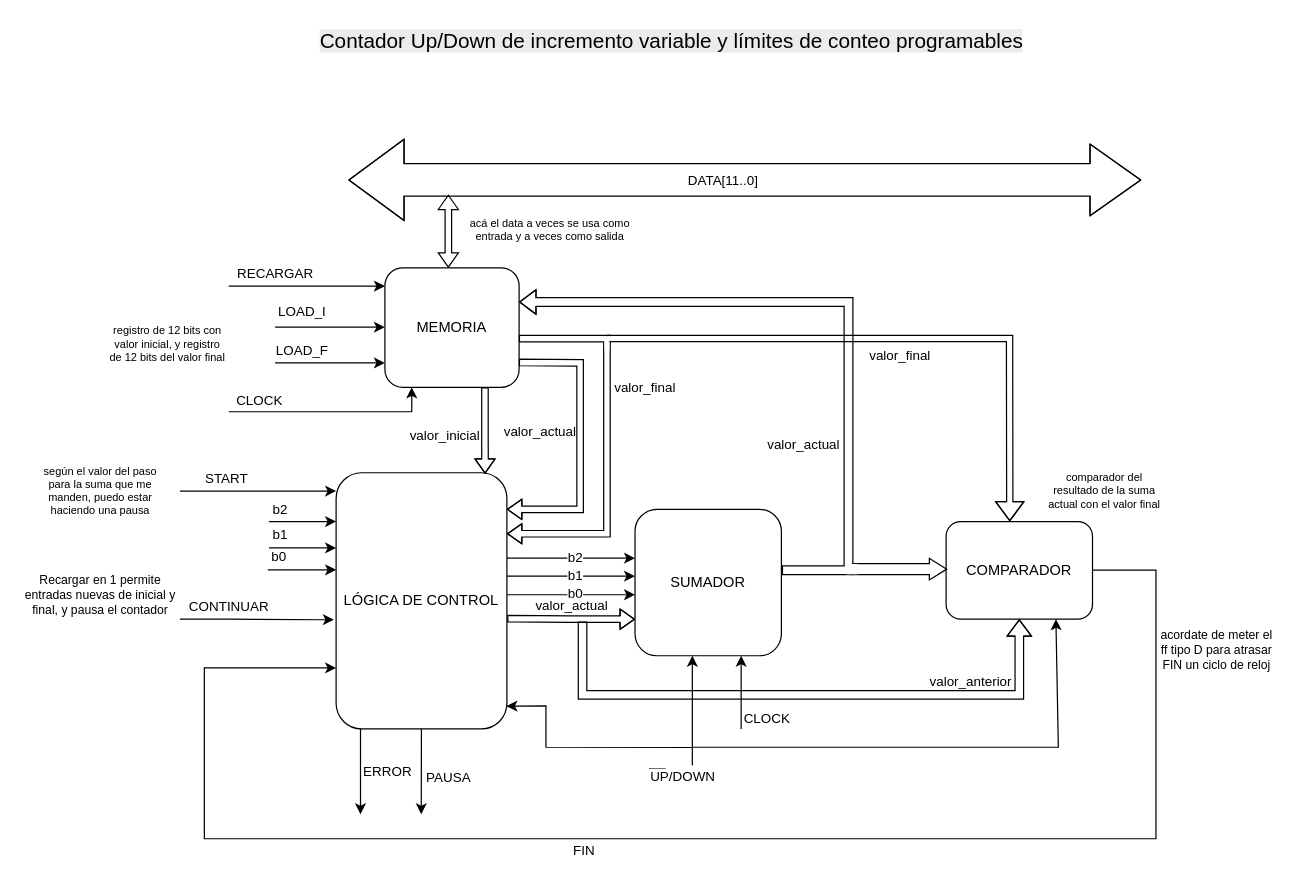
albertinap/IDL keeps this draw.io diagram as page "Contador Up/Down" (2 of 4) of Integrador/Integrador.drawio. Above is the earlier version. Source tidied: cells renumbered, new cells numbered last; positions are measured from the earlier drawing's top-left corner, leaving out a move shared by most shapes. Both pictures are drawn from the tidied source at 122%, with x=0, y=0 at pixel (21, 21).
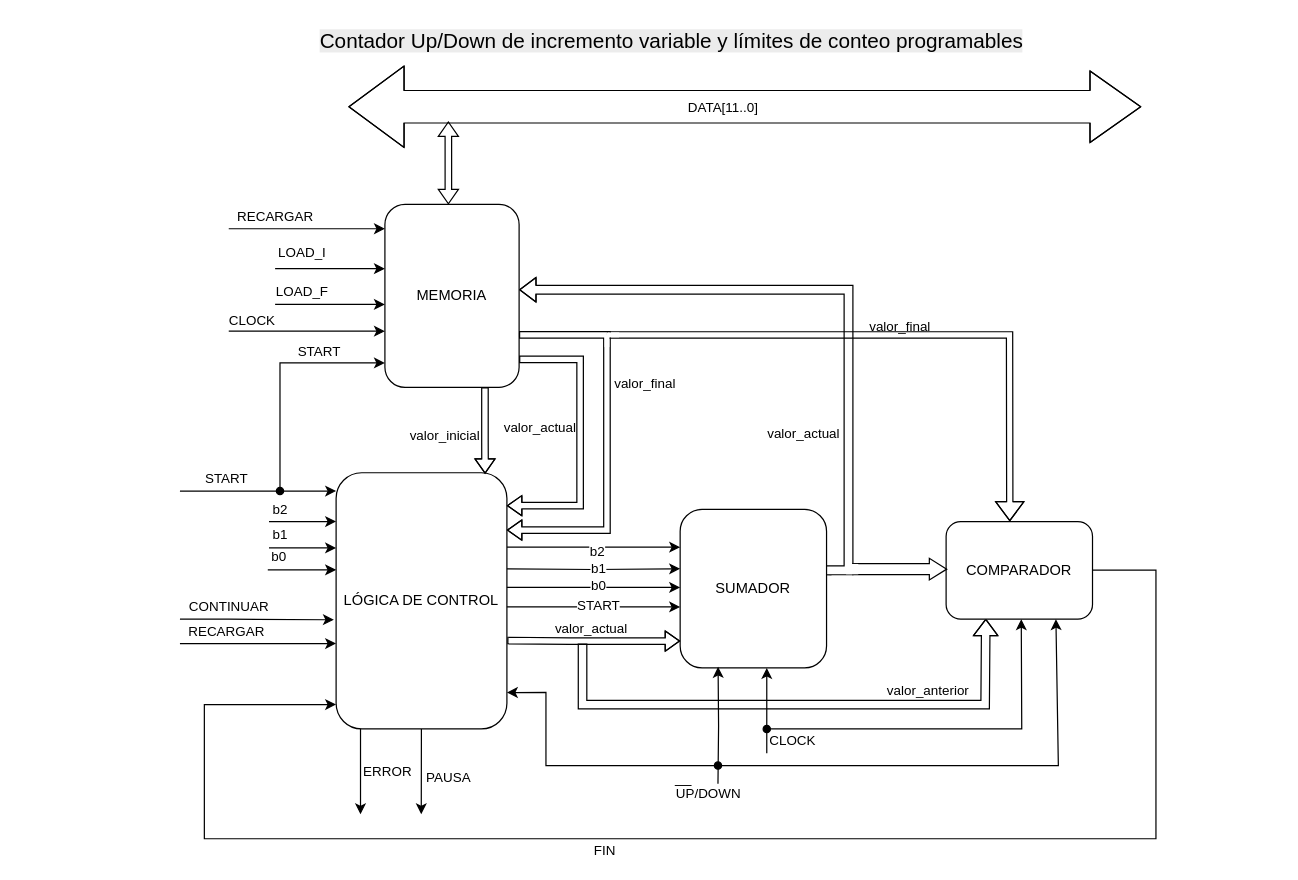
The same page after the edit.

The change refers to these unchanged cells:
```xml
<mxCell id="24" value="LÓGICA DE CONTROL" style="rounded=1;whiteSpace=wrap;html=1;" parent="1" vertex="1">
  <mxGeometry x="258" y="370" width="140" height="210" as="geometry" />
</mxCell>
<mxCell id="27" value="COMPARADOR" style="rounded=1;whiteSpace=wrap;html=1;" parent="1" vertex="1">
  <mxGeometry x="758" y="410" width="120" height="80" as="geometry" />
</mxCell>
```

The edit, as a diff of the source:
```diff
@@
-    <mxCell id="2" value="valor_final" style="edgeStyle=orthogonalEdgeStyle;rounded=0;jettySize=auto;html=1;shape=flexArrow;width=7.2;endSize=4.112;endWidth=11.92;exitX=1.003;exitY=0.416;exitDx=0;exitDy=0;exitPerimeter=0;" parent="1" edge="1" source="8">
+    <mxCell id="2" value="valor_final" style="edgeStyle=orthogonalEdgeStyle;rounded=0;jettySize=auto;html=1;shape=flexArrow;width=7.2;endSize=4.112;endWidth=11.92;exitX=1.003;exitY=0.416;exitDx=0;exitDy=0;exitPerimeter=0;" parent="1" edge="1" source="8" target="36">
       <mxGeometry x="-0.15" y="-42" relative="1" as="geometry">
-        <mxPoint x="408" y="230" as="targetPoint" />
         <Array as="points">
           <mxPoint x="678" y="450" />
-          <mxPoint x="678" y="230" />
+          <mxPoint x="678" y="220" />
         </Array>
       </mxGeometry>
     </mxCell>
     <mxCell id="3" value="valor_actual" style="edgeLabel;html=1;align=center;verticalAlign=middle;" parent="2" vertex="1">
       <mxGeometry x="-0.64" y="-2" relative="1" as="geometry">
-        <mxPoint x="-40" y="-60" as="offset" />
+        <mxPoint x="-40" y="-40" as="offset" />
       </mxGeometry>
     </mxCell>
-    <mxCell id="4" style="endArrow=classic;html=1;rounded=0;shape=flexArrow;width=7;endSize=4.11;endWidth=12;" parent="1" edge="1" target="27">
+    <mxCell id="4" style="endArrow=classic;html=1;rounded=0;shape=flexArrow;width=7;endSize=4.11;endWidth=12;entryX=0.271;entryY=0.996;entryDx=0;entryDy=0;entryPerimeter=0;" parent="1" edge="1" target="27">
       <mxGeometry relative="1" as="geometry">
-        <mxPoint x="460" y="492" as="sourcePoint" />
+        <mxPoint x="460" y="510" as="sourcePoint" />
         <Array as="points">
-          <mxPoint x="460" y="552" />
-          <mxPoint x="818" y="552" />
+          <mxPoint x="460" y="560" />
+          <mxPoint x="790" y="560" />
         </Array>
       </mxGeometry>
     </mxCell>
     <mxCell id="5" value="valor_anterior" style="edgeLabel;html=1;align=center;verticalAlign=middle;" parent="4" vertex="1">
       <mxGeometry x="0.57" y="4" relative="1" as="geometry">
-        <mxPoint y="-8" as="offset" />
+        <mxPoint x="-22" y="-8" as="offset" />
       </mxGeometry>
     </mxCell>
-    <mxCell id="6" value="__" style="text;html=1;align=center;verticalAlign=middle;whiteSpace=wrap;rounded=0;" parent="1" vertex="1">
-      <mxGeometry x="492" y="592" width="60" height="30" as="geometry" />
-    </mxCell>
@@
     <mxCell id="8" value="SUMADOR" style="rounded=1;whiteSpace=wrap;html=1;" parent="1" vertex="1">
-      <mxGeometry x="503" y="400" width="120" height="120" as="geometry" />
+      <mxGeometry x="540" y="400" width="120" height="130" as="geometry" />
     </mxCell>
     <mxCell id="9" style="edgeStyle=orthogonalEdgeStyle;rounded=0;orthogonalLoop=1;jettySize=auto;html=1;" parent="1" edge="1">
       <mxGeometry relative="1" as="geometry">
-        <mxPoint x="208" y="250.7" as="sourcePoint" />
-        <mxPoint x="298" y="250.7" as="targetPoint" />
+        <mxPoint x="208" y="202.7" as="sourcePoint" />
+        <mxPoint x="298" y="202.7" as="targetPoint" />
       </mxGeometry>
     </mxCell>
@@
     <mxCell id="11" style="edgeStyle=orthogonalEdgeStyle;rounded=0;orthogonalLoop=1;jettySize=auto;html=1;" parent="1" edge="1">
       <mxGeometry relative="1" as="geometry">
-        <mxPoint x="208" y="280" as="sourcePoint" />
-        <mxPoint x="298" y="280" as="targetPoint" />
-        <Array as="points">
-          <mxPoint x="258" y="280" />
-          <mxPoint x="258" y="280" />
-        </Array>
+        <mxPoint x="208" y="232" as="sourcePoint" />
+        <mxPoint x="298" y="232" as="targetPoint" />
       </mxGeometry>
     </mxCell>
@@
-    <mxCell id="17" style="edgeStyle=orthogonalEdgeStyle;rounded=0;jettySize=auto;html=1;" parent="1" edge="1" target="8">
+    <mxCell id="17" style="edgeStyle=orthogonalEdgeStyle;rounded=0;orthogonalLoop=1;jettySize=auto;html=1;entryX=0.084;entryY=0.993;entryDx=0;entryDy=0;entryPerimeter=0;" parent="1" edge="1">
       <mxGeometry relative="1" as="geometry">
-        <mxPoint x="550" y="610" as="sourcePoint" />
-        <Array as="points">
-          <mxPoint x="550" y="610" />
-        </Array>
+        <mxPoint x="571" y="625" as="sourcePoint" />
+        <mxPoint x="571.1" y="529.1" as="targetPoint" />
       </mxGeometry>
     </mxCell>
@@
     <mxCell id="19" style="shape=flexArrow;endArrow=classic;startArrow=classic;html=1;rounded=0;width=26.666666666666668;endSize=13.521212121212121;endWidth=31.11111111111111;startSize=14.733333333333333;startWidth=38.98989898989899;" parent="1" edge="1">
       <mxGeometry relative="1" as="geometry">
-        <mxPoint x="268" y="130" as="sourcePoint" />
-        <mxPoint x="918" y="130" as="targetPoint" />
+        <mxPoint x="268" y="70" as="sourcePoint" />
+        <mxPoint x="918" y="70" as="targetPoint" />
         <Array as="points">
-          <mxPoint x="518" y="130" />
-          <mxPoint x="708" y="130" />
+          <mxPoint x="518" y="70" />
+          <mxPoint x="708" y="70" />
         </Array>
       </mxGeometry>
     </mxCell>
@@
     <mxCell id="21" style="edgeStyle=orthogonalEdgeStyle;rounded=0;orthogonalLoop=1;jettySize=auto;html=1;exitX=1;exitY=0.5;exitDx=0;exitDy=0;" parent="1" edge="1">
       <mxGeometry relative="1" as="geometry">
-        <mxPoint x="398" y="440" as="sourcePoint" />
-        <mxPoint x="503" y="440" as="targetPoint" />
-        <Array as="points">
-          <mxPoint x="480" y="440" />
-          <mxPoint x="480" y="440" />
-        </Array>
+        <mxPoint x="398" y="431" as="sourcePoint" />
+        <mxPoint x="540" y="431" as="targetPoint" />
       </mxGeometry>
     </mxCell>
     <mxCell id="22" value="b2" style="edgeLabel;html=1;align=center;verticalAlign=middle;" parent="21" vertex="1">
       <mxGeometry x="0.04" relative="1" as="geometry">
-        <mxPoint y="-1" as="offset" />
+        <mxPoint x="-1" y="3" as="offset" />
       </mxGeometry>
     </mxCell>
@@
     <mxCell id="25" value="FIN" style="edgeStyle=orthogonalEdgeStyle;rounded=0;jettySize=auto;html=1;" parent="1" edge="1" target="24">
       <mxGeometry x="0.14" y="10" relative="1" as="geometry">
         <mxPoint x="878" y="449.8" as="sourcePoint" />
         <Array as="points">
           <mxPoint x="930" y="450" />
           <mxPoint x="930" y="670" />
           <mxPoint x="150" y="670" />
-          <mxPoint x="150" y="530" />
+          <mxPoint x="150" y="560" />
         </Array>
       </mxGeometry>
     </mxCell>
@@
-    <mxCell id="28" value="comparador del resultado de la suma actual con el valor final" style="text;html=1;align=center;verticalAlign=middle;whiteSpace=wrap;rounded=0;fontSize=9;" parent="1" vertex="1">
-      <mxGeometry x="838" y="360" width="100" height="50" as="geometry" />
-    </mxCell>
-    <mxCell id="29" value="según el valor del paso para la suma que me manden, puedo estar haciendo una pausa" style="text;html=1;align=center;verticalAlign=middle;whiteSpace=wrap;rounded=0;fontSize=9;" parent="1" vertex="1">
-      <mxGeometry x="15" y="360" width="100" height="50" as="geometry" />
-    </mxCell>
@@
-    <mxCell id="31" style="edgeStyle=orthogonalEdgeStyle;rounded=0;orthogonalLoop=1;jettySize=auto;html=1;" parent="1" edge="1">
+    <mxCell id="31" style="edgeStyle=orthogonalEdgeStyle;rounded=0;jettySize=auto;html=1;" parent="1" edge="1" target="36">
       <mxGeometry relative="1" as="geometry">
-        <mxPoint x="170" y="217" as="sourcePoint" />
-        <mxPoint x="298" y="217" as="targetPoint" />
+        <mxPoint x="170" y="170" as="sourcePoint" />
         <Array as="points">
-          <mxPoint x="228" y="217" />
+          <mxPoint x="200" y="170" />
+          <mxPoint x="200" y="170" />
         </Array>
       </mxGeometry>
     </mxCell>
@@
-    <mxCell id="35" style="endArrow=classic;html=1;rounded=0;entryX=0.997;entryY=0.906;entryDx=0;entryDy=0;entryPerimeter=0;" parent="1" edge="1">
-      <mxGeometry relative="1" as="geometry">
-        <mxPoint x="549.7" y="595.2" as="sourcePoint" />
-        <mxPoint x="397.6" y="561.3" as="targetPoint" />
-        <Array as="points">
-          <mxPoint x="430" y="595" />
-          <mxPoint x="430" y="561" />
-        </Array>
-      </mxGeometry>
-    </mxCell>
     <mxCell id="36" value="MEMORIA" style="rounded=1;whiteSpace=wrap;html=1;" parent="1" vertex="1">
-      <mxGeometry x="298" y="202" width="110" height="98" as="geometry" />
+      <mxGeometry x="298" y="150" width="110" height="150" as="geometry" />
     </mxCell>
-    <mxCell id="37" value="registro de 12 bits con valor inicial, y registro de 12 bits del valor final" style="text;html=1;align=center;verticalAlign=middle;whiteSpace=wrap;rounded=0;fontSize=9;" parent="1" vertex="1">
-      <mxGeometry x="70" y="240" width="100" height="50" as="geometry" />
-    </mxCell>
-    <mxCell id="38" value="acá el data a veces se usa como entrada y a veces como salida" style="text;html=1;align=center;verticalAlign=middle;whiteSpace=wrap;rounded=0;fontSize=9;" parent="1" vertex="1">
-      <mxGeometry x="364" y="146" width="139" height="50" as="geometry" />
-    </mxCell>
@@
-    <mxCell id="41" value="Recargar en 1 &lt;font&gt;permite entradas nuevas de inicial y final, y pausa el contador&lt;/font&gt;" style="text;html=1;align=center;verticalAlign=middle;whiteSpace=wrap;rounded=0;fontSize=10;" parent="1" vertex="1">
-      <mxGeometry y="440" width="130" height="60" as="geometry" />
-    </mxCell>
-    <mxCell id="42" style="edgeStyle=orthogonalEdgeStyle;rounded=0;jettySize=auto;html=1;" parent="1" edge="1" target="36">
+    <mxCell id="42" style="edgeStyle=orthogonalEdgeStyle;rounded=0;orthogonalLoop=1;jettySize=auto;html=1;" parent="1" edge="1">
       <mxGeometry relative="1" as="geometry">
-        <mxPoint x="170" y="320" as="sourcePoint" />
-        <Array as="points">
-          <mxPoint x="170" y="320" />
-          <mxPoint x="320" y="320" />
-        </Array>
+        <mxPoint x="170" y="254" as="sourcePoint" />
+        <mxPoint x="298" y="254" as="targetPoint" />
       </mxGeometry>
     </mxCell>
@@
-    <mxCell id="44" style="shape=flexArrow;endArrow=classic;startArrow=classic;html=1;rounded=0;width=5.348837209302326;endSize=3.5813953488372094;endWidth=10.151433207138995;startWidth=10.151433207138995;startSize=3.5813953488372094;" parent="1" edge="1">
+    <mxCell id="44" style="shape=flexArrow;endArrow=classic;startArrow=classic;html=1;rounded=0;width=5.348837209302326;endSize=3.5813953488372094;endWidth=10.151433207138995;startWidth=10.151433207138995;startSize=3.5813953488372094;exitX=0.473;exitY=0;exitDx=0;exitDy=0;exitPerimeter=0;" parent="1" edge="1" source="36">
       <mxGeometry relative="1" as="geometry">
-        <mxPoint x="350" y="202" as="sourcePoint" />
-        <mxPoint x="350" y="142" as="targetPoint" />
+        <mxPoint x="350" y="82" as="targetPoint" />
       </mxGeometry>
     </mxCell>
-    <mxCell id="45" style="shape=flexArrow;endArrow=none;startArrow=classic;html=1;rounded=0;width=5.348837209302326;endSize=3.5813953488372094;endWidth=10.151433207138995;startWidth=10.151433207138995;startSize=3.5813953488372094;entryX=0.998;entryY=0.792;entryDx=0;entryDy=0;entryPerimeter=0;endFill=0;" parent="1" edge="1" target="36">
+    <mxCell id="45" style="shape=flexArrow;endArrow=none;startArrow=classic;html=1;rounded=0;width=5.348837209302326;endSize=3.5813953488372094;endWidth=10.151433207138995;startWidth=10.151433207138995;startSize=3.5813953488372094;endFill=0;" parent="1" edge="1">
       <mxGeometry relative="1" as="geometry">
-        <mxPoint x="398" y="400" as="sourcePoint" />
+        <mxPoint x="398" y="397" as="sourcePoint" />
+        <mxPoint x="408" y="277" as="targetPoint" />
         <Array as="points">
-          <mxPoint x="458" y="400" />
-          <mxPoint x="458" y="280" />
+          <mxPoint x="458" y="397" />
+          <mxPoint x="458" y="277" />
         </Array>
       </mxGeometry>
     </mxCell>
@@
-    <mxCell id="47" style="edgeStyle=orthogonalEdgeStyle;rounded=0;orthogonalLoop=1;jettySize=auto;html=1;exitX=1;exitY=0.5;exitDx=0;exitDy=0;entryX=0;entryY=0.5;entryDx=0;entryDy=0;" parent="1" edge="1">
+    <mxCell id="47" style="edgeStyle=orthogonalEdgeStyle;rounded=0;orthogonalLoop=1;jettySize=auto;html=1;exitX=1;exitY=0.5;exitDx=0;exitDy=0;entryX=0;entryY=0.583;entryDx=0;entryDy=0;entryPerimeter=0;" parent="1" edge="1">
       <mxGeometry relative="1" as="geometry">
-        <mxPoint x="398" y="470" as="sourcePoint" />
-        <mxPoint x="503" y="470" as="targetPoint" />
+        <mxPoint x="398" y="464" as="sourcePoint" />
+        <mxPoint x="540" y="464" as="targetPoint" />
       </mxGeometry>
     </mxCell>
@@
-    <mxCell id="49" style="edgeStyle=orthogonalEdgeStyle;rounded=0;orthogonalLoop=1;jettySize=auto;html=1;exitX=1;exitY=0.5;exitDx=0;exitDy=0;entryX=0;entryY=0.5;entryDx=0;entryDy=0;" parent="1" edge="1">
+    <mxCell id="49" style="edgeStyle=orthogonalEdgeStyle;rounded=0;orthogonalLoop=1;jettySize=auto;html=1;exitX=1;exitY=0.5;exitDx=0;exitDy=0;entryX=0;entryY=0.456;entryDx=0;entryDy=0;entryPerimeter=0;" parent="1" edge="1">
       <mxGeometry relative="1" as="geometry">
-        <mxPoint x="398" y="454.8" as="sourcePoint" />
-        <mxPoint x="503" y="454.8" as="targetPoint" />
+        <mxPoint x="398" y="448.8" as="sourcePoint" />
+        <mxPoint x="540" y="448.7" as="targetPoint" />
       </mxGeometry>
     </mxCell>
@@
-    <mxCell id="51" style="edgeStyle=orthogonalEdgeStyle;rounded=0;jettySize=auto;html=1;" parent="1" edge="1" target="8">
+    <mxCell id="51" style="edgeStyle=orthogonalEdgeStyle;rounded=0;orthogonalLoop=1;jettySize=auto;html=1;" parent="1" edge="1">
       <mxGeometry relative="1" as="geometry">
-        <mxPoint x="590" y="580" as="sourcePoint" />
+        <mxPoint x="611" y="600" as="sourcePoint" />
+        <mxPoint x="611" y="530" as="targetPoint" />
         <Array as="points">
-          <mxPoint x="590" y="550" />
-          <mxPoint x="590" y="550" />
+          <mxPoint x="611" y="550" />
+          <mxPoint x="611" y="550" />
         </Array>
       </mxGeometry>
     </mxCell>
@@
-    <mxCell id="53" value="acordate de meter el ff tipo D para atrasar FIN un ciclo de reloj" style="text;html=1;align=center;verticalAlign=middle;whiteSpace=wrap;rounded=0;fontSize=10;" parent="1" vertex="1">
-      <mxGeometry x="930" y="490" width="100" height="50" as="geometry" />
-    </mxCell>
@@
     <mxCell id="57" style="group;" parent="1" vertex="1">
-      <mxGeometry x="398" y="260" width="412" height="160" as="geometry" />
+      <mxGeometry x="398" y="257" width="412" height="160" as="geometry" />
     </mxCell>
-    <mxCell id="58" style="shape=flexArrow;endArrow=none;startArrow=classic;html=1;rounded=0;width=5.348837209302326;endSize=3.5813953488372094;endWidth=10.151433207138995;startWidth=10.151433207138995;startSize=3.5813953488372094;entryX=0.998;entryY=0.592;entryDx=0;entryDy=0;entryPerimeter=0;endFill=0;" parent="57" edge="1" target="36">
+    <mxCell id="58" style="shape=flexArrow;endArrow=none;startArrow=classic;html=1;rounded=0;width=5.348837209302326;endSize=3.5813953488372094;endWidth=10.151433207138995;startWidth=10.151433207138995;startSize=3.5813953488372094;entryX=0.999;entryY=0.713;entryDx=0;entryDy=0;entryPerimeter=0;endFill=0;" parent="57" edge="1" target="36">
       <mxGeometry relative="1" as="geometry">
         <mxPoint y="160" as="sourcePoint" />
         <Array as="points">
           <mxPoint x="82" y="160" />
           <mxPoint x="82" />
         </Array>
       </mxGeometry>
     </mxCell>
@@
-    <mxCell id="65" style="shape=flexArrow;endArrow=none;startArrow=classic;html=1;rounded=0;width=5.348837209302326;endSize=3.5813953488372094;endWidth=10.151433207138995;startWidth=10.151433207138995;startSize=3.5813953488372094;endFill=0;entryX=1.002;entryY=0.569;entryDx=0;entryDy=0;entryPerimeter=0;" parent="1" edge="1" target="24">
+    <mxCell id="65" style="shape=flexArrow;endArrow=none;startArrow=classic;html=1;rounded=0;width=5.348837209302326;endSize=3.5813953488372094;endWidth=10.151433207138995;startWidth=10.151433207138995;startSize=3.5813953488372094;endFill=0;entryX=1.002;entryY=0.569;entryDx=0;entryDy=0;entryPerimeter=0;exitX=0;exitY=0.75;exitDx=0;exitDy=0;" parent="1" edge="1">
       <mxGeometry relative="1" as="geometry">
-        <mxPoint x="503" y="490" as="sourcePoint" />
+        <mxPoint x="540" y="508" as="sourcePoint" />
+        <mxPoint x="398.3" y="507.5" as="targetPoint" />
         <Array as="points">
-          <mxPoint x="470" y="490" />
-          <mxPoint x="450" y="490" />
+          <mxPoint x="470" y="508" />
+          <mxPoint x="450" y="508" />
         </Array>
       </mxGeometry>
     </mxCell>
@@
-    <mxCell id="67" style="endArrow=classic;html=1;rounded=0;entryX=0.75;entryY=1;entryDx=0;entryDy=0;" parent="1" edge="1" target="27">
+    <mxCell id="67" style="endArrow=classic;html=1;rounded=0;entryX=0.75;entryY=1;entryDx=0;entryDy=0;startArrow=oval;startFill=1;" parent="1" edge="1" target="27">
       <mxGeometry relative="1" as="geometry">
-        <mxPoint x="550" y="595" as="sourcePoint" />
+        <mxPoint x="571" y="610" as="sourcePoint" />
         <Array as="points">
-          <mxPoint x="850" y="595" />
+          <mxPoint x="850" y="610" />
         </Array>
       </mxGeometry>
     </mxCell>
+    <mxCell id="68" style="endArrow=classic;html=1;rounded=0;startArrow=oval;startFill=1;" parent="1" edge="1">
+      <mxGeometry relative="1" as="geometry">
+        <mxPoint x="212" y="385" as="sourcePoint" />
+        <mxPoint x="298" y="280" as="targetPoint" />
+        <Array as="points">
+          <mxPoint x="212" y="280" />
+        </Array>
+      </mxGeometry>
+    </mxCell>
+    <mxCell id="69" value="START" style="edgeLabel;html=1;align=center;verticalAlign=middle;" parent="1" vertex="1">
+      <mxGeometry x="243" y="270" as="geometry" />
+    </mxCell>
+    <mxCell id="70" style="edgeStyle=orthogonalEdgeStyle;rounded=0;orthogonalLoop=1;jettySize=auto;html=1;" parent="1" edge="1">
+      <mxGeometry relative="1" as="geometry">
+        <mxPoint x="130" y="510" as="sourcePoint" />
+        <mxPoint x="258" y="510" as="targetPoint" />
+        <Array as="points">
+          <mxPoint x="160" y="510" />
+          <mxPoint x="160" y="510" />
+        </Array>
+      </mxGeometry>
+    </mxCell>
+    <mxCell id="71" value="RECARGAR" style="edgeLabel;html=1;align=center;verticalAlign=middle;" parent="70" vertex="1">
+      <mxGeometry x="-0.72" y="2" relative="1" as="geometry">
+        <mxPoint x="19" y="-9" as="offset" />
+      </mxGeometry>
+    </mxCell>
+    <mxCell id="6" value="__" style="text;html=1;align=center;verticalAlign=middle;whiteSpace=wrap;rounded=0;" parent="1" vertex="1">
+      <mxGeometry x="512.5" y="606" width="60" height="30" as="geometry" />
+    </mxCell>
+    <mxCell id="72" style="edgeStyle=orthogonalEdgeStyle;rounded=0;orthogonalLoop=1;jettySize=auto;html=1;exitX=1;exitY=0.5;exitDx=0;exitDy=0;entryX=0;entryY=0.583;entryDx=0;entryDy=0;entryPerimeter=0;" parent="1" edge="1">
+      <mxGeometry relative="1" as="geometry">
+        <mxPoint x="398" y="480" as="sourcePoint" />
+        <mxPoint x="540" y="480" as="targetPoint" />
+      </mxGeometry>
+    </mxCell>
+    <mxCell id="73" value="START" style="edgeLabel;html=1;align=center;verticalAlign=middle;" parent="72" vertex="1">
+      <mxGeometry x="0.01" y="1" relative="1" as="geometry">
+        <mxPoint x="2" y="-1" as="offset" />
+      </mxGeometry>
+    </mxCell>
+    <mxCell id="35" style="endArrow=classic;html=1;rounded=0;entryX=1;entryY=0.858;entryDx=0;entryDy=0;entryPerimeter=0;" parent="1" edge="1" target="24">
+      <mxGeometry relative="1" as="geometry">
+        <mxPoint x="570" y="610" as="sourcePoint" />
+        <Array as="points">
+          <mxPoint x="430" y="610" />
+          <mxPoint x="430" y="550" />
+        </Array>
+      </mxGeometry>
+    </mxCell>
+    <mxCell id="74" style="endArrow=classic;html=1;rounded=0;startArrow=oval;startFill=1;" parent="1" edge="1">
+      <mxGeometry relative="1" as="geometry">
+        <mxPoint x="611" y="580" as="sourcePoint" />
+        <mxPoint x="819.6" y="490" as="targetPoint" />
+        <Array as="points">
+          <mxPoint x="820" y="580" />
+        </Array>
+      </mxGeometry>
+    </mxCell>
```
